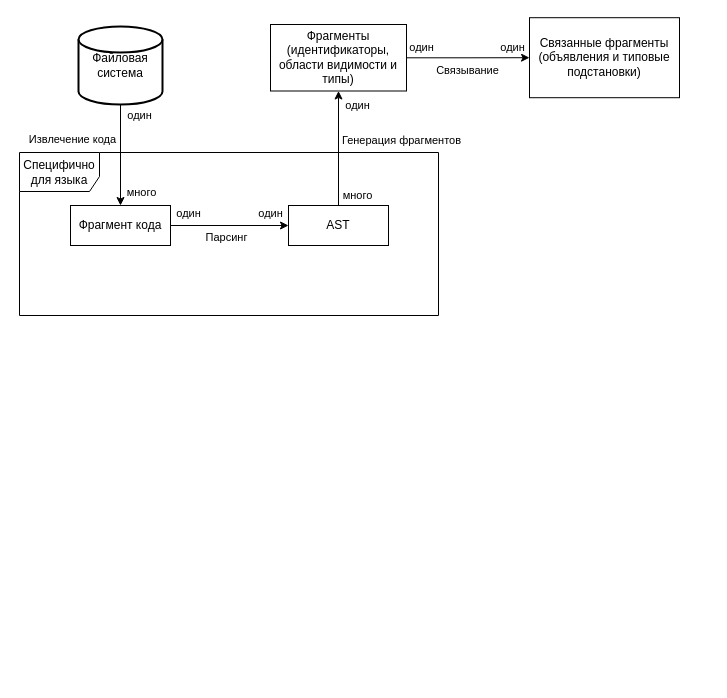
Before: reports/sem3/Фрагменты.drawio.xml in UberDever/crosslingual-analysis, a draw.io diagram. Source tidied: cells renumbered, new cells numbered last; positions are measured from the earlier drawing's top-left corner, leaving out a move shared by most shapes. Both pictures are drawn from the tidied source at 100%, with x=0, y=0 at pixel (19, 17).
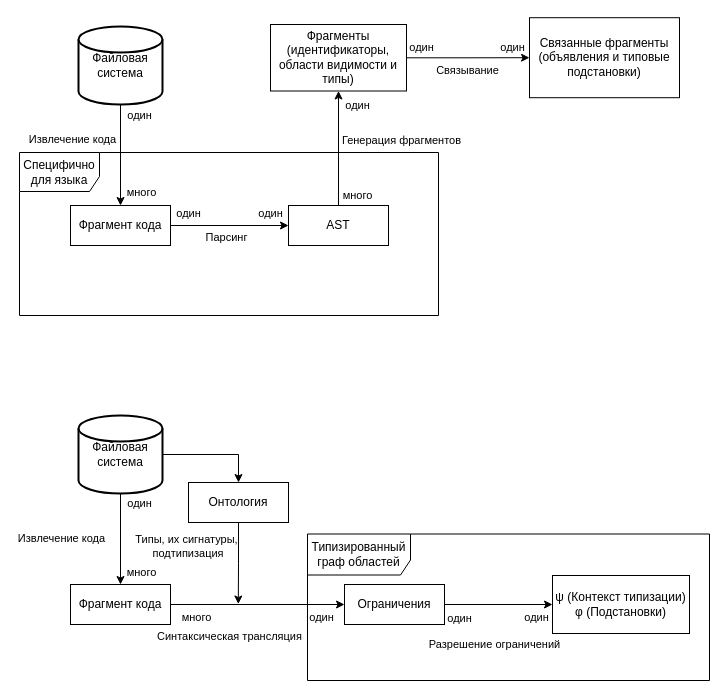
The same page after the edit.

The edit, as a diff of the source:
```diff
@@
+    <mxCell id="24" style="edgeStyle=orthogonalEdgeStyle;rounded=0;jettySize=auto;html=1;entryX=0.5;entryY=0;entryDx=0;entryDy=0;" parent="1" edge="1" source="25" target="42">
+      <mxGeometry relative="1" as="geometry" />
+    </mxCell>
+    <mxCell id="25" value="Файловая система" style="strokeWidth=2;html=1;shape=mxgraph.flowchart.database;whiteSpace=wrap;" parent="1" vertex="1">
+      <mxGeometry x="59" y="398" width="84" height="78" as="geometry" />
+    </mxCell>
+    <mxCell id="26" value="Фрагмент кода" style="whiteSpace=wrap;html=1;align=center;" parent="1" vertex="1">
+      <mxGeometry x="51" y="567" width="100" height="40" as="geometry" />
+    </mxCell>
+    <mxCell id="27" style="edgeStyle=orthogonalEdgeStyle;rounded=0;jettySize=auto;html=1;exitX=0.5;exitY=1;exitDx=0;exitDy=0;exitPerimeter=0;entryX=0.5;entryY=0;entryDx=0;entryDy=0;" parent="1" edge="1" source="25" target="26">
+      <mxGeometry relative="1" as="geometry" />
+    </mxCell>
+    <mxCell id="28" value="&lt;div&gt;много&lt;/div&gt;" style="edgeLabel;html=1;align=center;verticalAlign=middle;" parent="27" vertex="1">
+      <mxGeometry x="0.68" y="2" relative="1" as="geometry">
+        <mxPoint x="18" y="2" as="offset" />
+      </mxGeometry>
+    </mxCell>
+    <mxCell id="29" value="один" style="edgeLabel;html=1;align=center;verticalAlign=middle;" parent="27" vertex="1">
+      <mxGeometry x="-0.88" y="-1" relative="1" as="geometry">
+        <mxPoint x="19" y="4" as="offset" />
+      </mxGeometry>
+    </mxCell>
+    <mxCell id="30" value="Извлечение кода" style="edgeLabel;html=1;align=center;verticalAlign=middle;" parent="27" vertex="1">
+      <mxGeometry x="-0.18" y="1" relative="1" as="geometry">
+        <mxPoint x="-61" y="7" as="offset" />
+      </mxGeometry>
+    </mxCell>
+    <mxCell id="31" style="edgeStyle=orthogonalEdgeStyle;rounded=0;jettySize=auto;html=1;exitX=1;exitY=0.5;exitDx=0;exitDy=0;entryX=0;entryY=0.5;entryDx=0;entryDy=0;" parent="1" edge="1" source="35" target="43">
+      <mxGeometry relative="1" as="geometry" />
+    </mxCell>
+    <mxCell id="32" value="Разрешение ограничений" style="edgeLabel;html=1;align=center;verticalAlign=middle;" parent="31" vertex="1">
+      <mxGeometry x="-0.37" y="-1" relative="1" as="geometry">
+        <mxPoint x="15" y="38" as="offset" />
+      </mxGeometry>
+    </mxCell>
+    <mxCell id="33" value="один" style="edgeLabel;html=1;align=center;verticalAlign=middle;" parent="31" vertex="1">
+      <mxGeometry x="-0.85" y="-2" relative="1" as="geometry">
+        <mxPoint x="6" y="11" as="offset" />
+      </mxGeometry>
+    </mxCell>
+    <mxCell id="34" value="один" style="edgeLabel;html=1;align=center;verticalAlign=middle;" parent="31" vertex="1">
+      <mxGeometry x="0.71" relative="1" as="geometry">
+        <mxPoint x="-1" y="12" as="offset" />
+      </mxGeometry>
+    </mxCell>
+    <mxCell id="35" value="Ограничения" style="whiteSpace=wrap;html=1;align=center;" parent="1" vertex="1">
+      <mxGeometry x="325" y="567" width="100" height="40" as="geometry" />
+    </mxCell>
+    <mxCell id="36" style="edgeStyle=orthogonalEdgeStyle;rounded=0;jettySize=auto;html=1;exitX=1;exitY=0.5;exitDx=0;exitDy=0;entryX=0;entryY=0.5;entryDx=0;entryDy=0;" parent="1" edge="1" source="26" target="35">
+      <mxGeometry relative="1" as="geometry" />
+    </mxCell>
+    <mxCell id="37" value="&lt;div&gt;много&lt;/div&gt;" style="edgeLabel;html=1;align=center;verticalAlign=middle;" parent="36" vertex="1">
+      <mxGeometry x="0.68" y="2" relative="1" as="geometry">
+        <mxPoint x="-121" y="14" as="offset" />
+      </mxGeometry>
+    </mxCell>
+    <mxCell id="38" value="один" style="edgeLabel;html=1;align=center;verticalAlign=middle;" parent="36" vertex="1">
+      <mxGeometry x="-0.88" y="-1" relative="1" as="geometry">
+        <mxPoint x="140" y="11" as="offset" />
+      </mxGeometry>
+    </mxCell>
+    <mxCell id="39" value="&lt;div&gt;Синтаксическая трансляция&lt;/div&gt;" style="edgeLabel;html=1;align=center;verticalAlign=middle;" parent="36" vertex="1">
+      <mxGeometry x="-0.18" y="1" relative="1" as="geometry">
+        <mxPoint x="-13" y="32" as="offset" />
+      </mxGeometry>
+    </mxCell>
+    <mxCell id="40" style="edgeStyle=orthogonalEdgeStyle;rounded=0;jettySize=auto;html=1;exitX=0.5;exitY=1;exitDx=0;exitDy=0;" parent="1" edge="1" source="42">
+      <mxGeometry relative="1" as="geometry">
+        <mxPoint x="218.8" y="586.5" as="targetPoint" />
+      </mxGeometry>
+    </mxCell>
+    <mxCell id="41" value="&lt;div&gt;Типы, их сигнатуры,&lt;/div&gt;&lt;div&gt;&amp;nbsp;подтипизация&lt;/div&gt;" style="edgeLabel;html=1;align=center;verticalAlign=middle;" parent="40" vertex="1">
+      <mxGeometry x="-0.39" y="-1" relative="1" as="geometry">
+        <mxPoint x="-52" y="-2" as="offset" />
+      </mxGeometry>
+    </mxCell>
+    <mxCell id="42" value="Онтология" style="whiteSpace=wrap;html=1;align=center;" parent="1" vertex="1">
+      <mxGeometry x="169" y="465" width="100" height="40" as="geometry" />
+    </mxCell>
+    <mxCell id="43" value="&lt;div&gt;ψ (Контекст типизации)&lt;/div&gt;&lt;div&gt;φ (Подстановки)&lt;br&gt;&lt;/div&gt;" style="whiteSpace=wrap;html=1;align=center;" parent="1" vertex="1">
+      <mxGeometry x="533" y="558" width="137" height="58" as="geometry" />
+    </mxCell>
+    <mxCell id="44" value="Типизированный граф областей" style="shape=umlFrame;whiteSpace=wrap;html=1;width=103;height=41;" parent="1" vertex="1">
+      <mxGeometry x="288" y="516.5" width="402" height="146.5" as="geometry" />
+    </mxCell>
```
